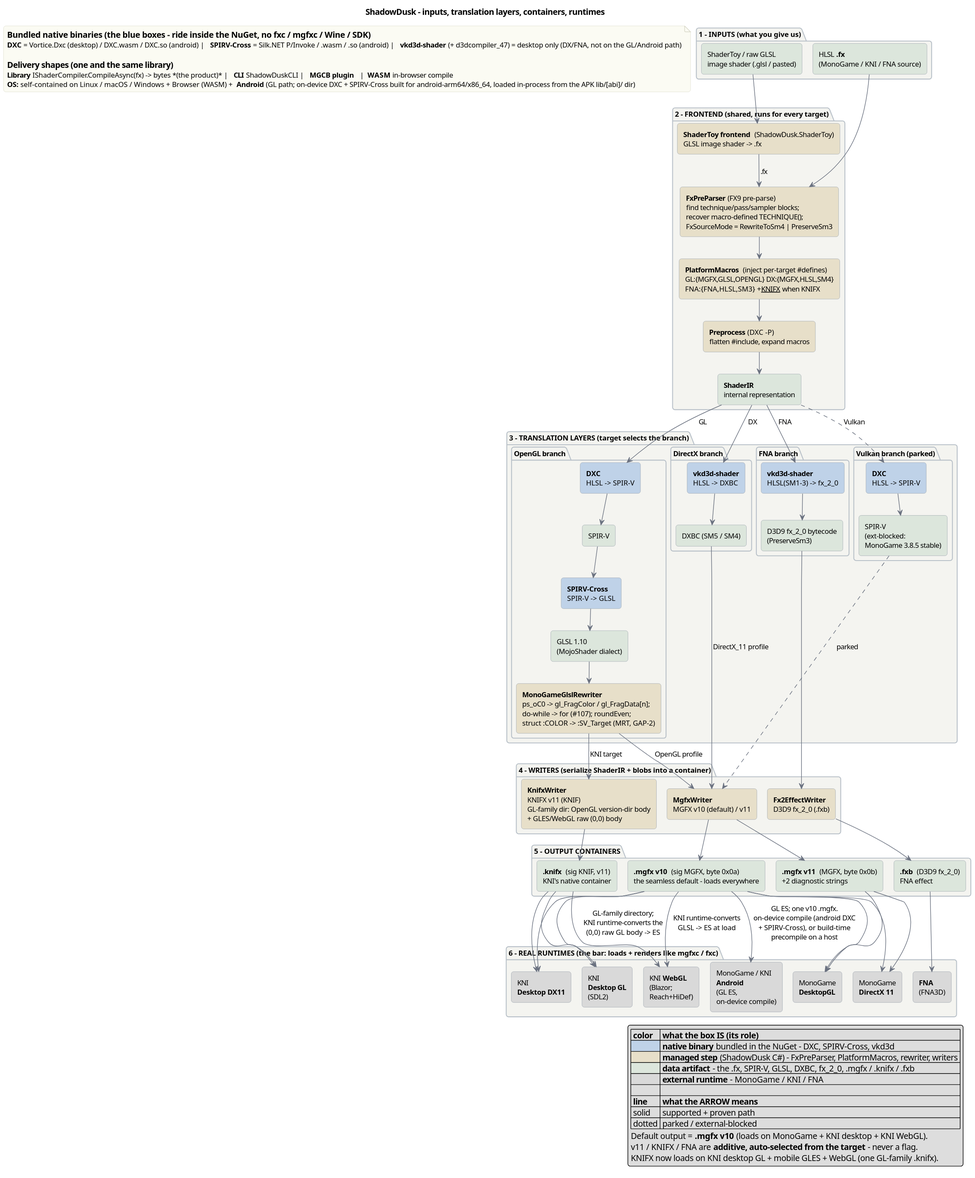
Earlier version of the PlantUML export docfx/images/pipeline-overview.svg (kaltinril/ShadowDusk).
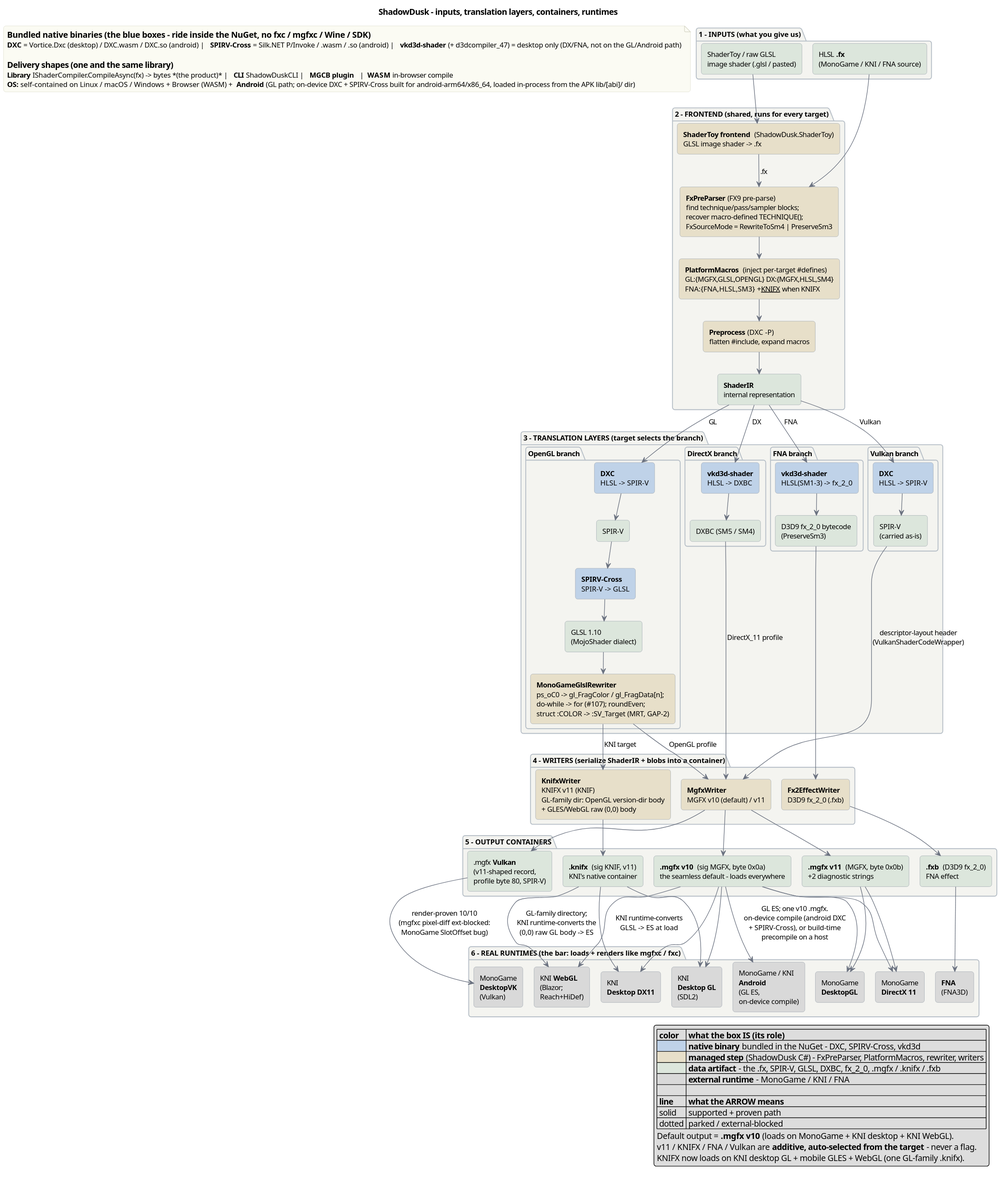
After the commit.

Diff of the diagram source:
```diff
@@ -60,9 +60,9 @@
     FNA_VKD -down-> FNA_FX2
   }
 
-  package "Vulkan branch (parked)" {
+  package "Vulkan branch" {
     rectangle "**DXC**\nHLSL -> SPIR-V" as VK_DXC #BFD2E8
-    rectangle "SPIR-V\n(ext-blocked:\nMonoGame 3.8.5 stable)" as VK_SPV #DCE6DC
+    rectangle "SPIR-V\n(carried as-is)" as VK_SPV #DCE6DC
     VK_DXC -down-> VK_SPV
   }
 }
@@ -78,6 +78,7 @@
   rectangle "**.mgfx v11**  (MGFX, byte 0x0b)\n+2 diagnostic strings" as O_MGFX11 #DCE6DC
   rectangle "**.knifx**  (sig KNIF, v11)\nKNI's native container" as O_KNIFX #DCE6DC
   rectangle "**.fxb**  (D3D9 fx_2_0)\nFNA effect" as O_FXB #DCE6DC
+  rectangle ".mgfx **Vulkan**\n(v11-shaped record,\nprofile byte 80, SPIR-V)" as O_MGFXVK #DCE6DC
 }
 
 package "6 - REAL RUNTIMES  (the bar: loads + renders like mgfxc / fxc)" {
@@ -86,6 +87,7 @@
   rectangle "KNI\n**Desktop DX11**" as R_KNIDX #D9D9D9
   rectangle "MonoGame\n**DesktopGL**" as R_MGGL #D9D9D9
   rectangle "MonoGame\n**DirectX 11**" as R_MGDX #D9D9D9
+  rectangle "MonoGame\n**DesktopVK**\n(Vulkan)" as R_MGVK #D9D9D9
   rectangle "**FNA**\n(FNA3D)" as R_FNA #D9D9D9
   rectangle "MonoGame / KNI\n**Android**\n(GL ES,\non-device compile)" as R_ANDROID #D9D9D9
 }
@@ -100,16 +102,17 @@
 IR --> GL_DXC : "GL"
 IR --> DX_VKD : "DX"
 IR --> FNA_VKD : "FNA"
-IR ..> VK_DXC : "Vulkan"
+IR --> VK_DXC : "Vulkan"
 
 GL_RW --> MGW : "OpenGL profile"
 GL_RW --> KNW : "KNI target"
 DX_DXBC --> MGW : "DirectX_11 profile"
 FNA_FX2 --> FXW
-VK_SPV ..> MGW : "parked"
+VK_SPV --> MGW : "descriptor-layout header\n(VulkanShaderCodeWrapper)"
 
 MGW --> O_MGFX10
 MGW --> O_MGFX11
+MGW --> O_MGFXVK
 KNW --> O_KNIFX
 FXW --> O_FXB
 
@@ -124,6 +127,7 @@
 O_KNIFX --> R_KNIDX
 O_KNIFX --> R_KNIWEB : "GL-family directory;\nKNI runtime-converts the\n(0,0) raw GL body -> ES"
 O_FXB --> R_FNA
+O_MGFXVK --> R_MGVK : "render-proven 10/10\n(mgfxc pixel-diff ext-blocked:\nMonoGame SlotOffset bug)"
 O_MGFX10 --> R_ANDROID : "GL ES; one v10 .mgfx.\non-device compile (android DXC\n+ SPIRV-Cross), or build-time\nprecompile on a host"
 
 note as N1
@@ -146,7 +150,7 @@
   | solid | supported + proven path |
   | dotted | parked / external-blocked |
   Default output = **.mgfx v10** (loads on MonoGame + KNI desktop + KNI WebGL).
-  v11 / KNIFX / FNA are **additive, auto-selected from the target** - never a flag.
+  v11 / KNIFX / FNA / Vulkan are **additive, auto-selected from the target** - never a flag.
   KNIFX now loads on KNI desktop GL + mobile GLES + WebGL (one GL-family .knifx).
 endlegend
 @enduml
```
